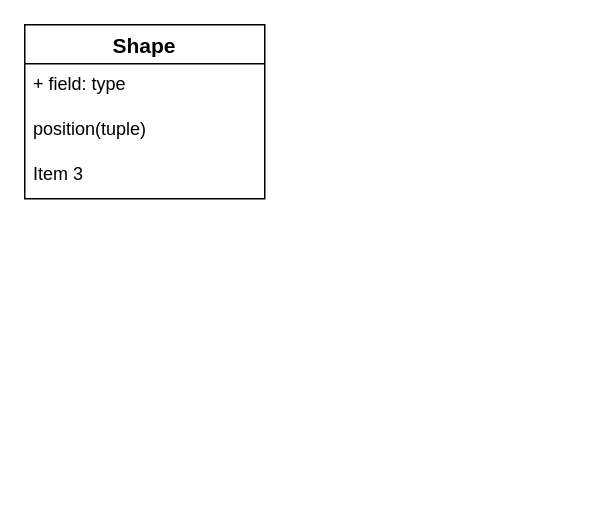
Earlier version of the draw.io diagram Untitled Diagram.drawio (helveticae/EWN). Source tidied: cells renumbered, new cells numbered last; positions are measured from the earlier drawing's top-left corner, leaving out a move shared by most shapes. Both pictures are drawn from the tidied source at 150%, with x=0, y=0 at pixel (24, 24).
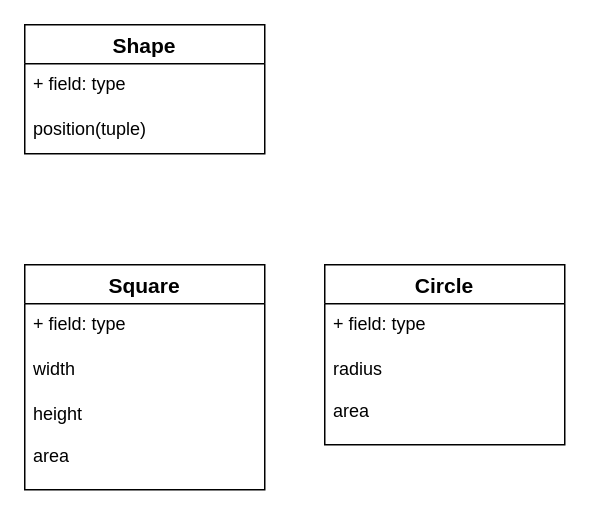
The same page after the edit.

Diff of the diagram source:
```diff
@@
 <mxGraphModel>
   <root>
     <mxCell id="0" />
     <mxCell id="1" parent="0" />
     <mxCell id="2" value="Shape" style="swimlane;fontStyle=1;horizontal=1;startSize=26;align=center;fontSize=14;" parent="1" vertex="1">
-      <mxGeometry width="160" height="116" as="geometry" />
+      <mxGeometry width="160" height="86" as="geometry" />
     </mxCell>
     <mxCell id="3" value="+ field: type" style="text;strokeColor=none;fillColor=none;spacingLeft=4;spacingRight=4;overflow=hidden;fontSize=12;" parent="2" vertex="1">
       <mxGeometry y="26" width="160" height="30" as="geometry" />
     </mxCell>
     <mxCell id="4" value="position(tuple)" style="text;strokeColor=none;fillColor=none;spacingLeft=4;spacingRight=4;overflow=hidden;fontSize=12;" parent="2" vertex="1">
       <mxGeometry y="56" width="160" height="30" as="geometry" />
     </mxCell>
-    <mxCell id="5" value="Item 3" style="text;strokeColor=none;fillColor=none;spacingLeft=4;spacingRight=4;overflow=hidden;fontSize=12;" parent="2" vertex="1">
-      <mxGeometry y="86" width="160" height="30" as="geometry" />
-    </mxCell>
+    <mxCell id="6" value="Square" style="swimlane;fontStyle=1;horizontal=1;startSize=26;align=center;fontSize=14;" parent="1" vertex="1">
+      <mxGeometry y="160" width="160" height="150" as="geometry" />
+    </mxCell>
+    <mxCell id="7" value="+ field: type" style="text;strokeColor=none;fillColor=none;spacingLeft=4;spacingRight=4;overflow=hidden;fontSize=12;" parent="6" vertex="1">
+      <mxGeometry y="26" width="160" height="30" as="geometry" />
+    </mxCell>
+    <mxCell id="8" value="width" style="text;strokeColor=none;fillColor=none;spacingLeft=4;spacingRight=4;overflow=hidden;fontSize=12;" parent="6" vertex="1">
+      <mxGeometry y="56" width="160" height="30" as="geometry" />
+    </mxCell>
+    <mxCell id="9" value="height&#10;&#10;area" style="text;strokeColor=none;fillColor=none;spacingLeft=4;spacingRight=4;overflow=hidden;fontSize=12;" parent="6" vertex="1">
+      <mxGeometry y="86" width="160" height="64" as="geometry" />
+    </mxCell>
+    <mxCell id="10" value="Circle" style="swimlane;fontStyle=1;horizontal=1;startSize=26;align=center;fontSize=14;" parent="1" vertex="1">
+      <mxGeometry x="200" y="160" width="160" height="120" as="geometry" />
+    </mxCell>
+    <mxCell id="11" value="+ field: type" style="text;strokeColor=none;fillColor=none;spacingLeft=4;spacingRight=4;overflow=hidden;fontSize=12;" parent="10" vertex="1">
+      <mxGeometry y="26" width="160" height="30" as="geometry" />
+    </mxCell>
+    <mxCell id="12" value="radius&#10;&#10;area" style="text;strokeColor=none;fillColor=none;spacingLeft=4;spacingRight=4;overflow=hidden;fontSize=12;" parent="10" vertex="1">
+      <mxGeometry y="56" width="160" height="64" as="geometry" />
+    </mxCell>
   </root>
 </mxGraphModel>
```
